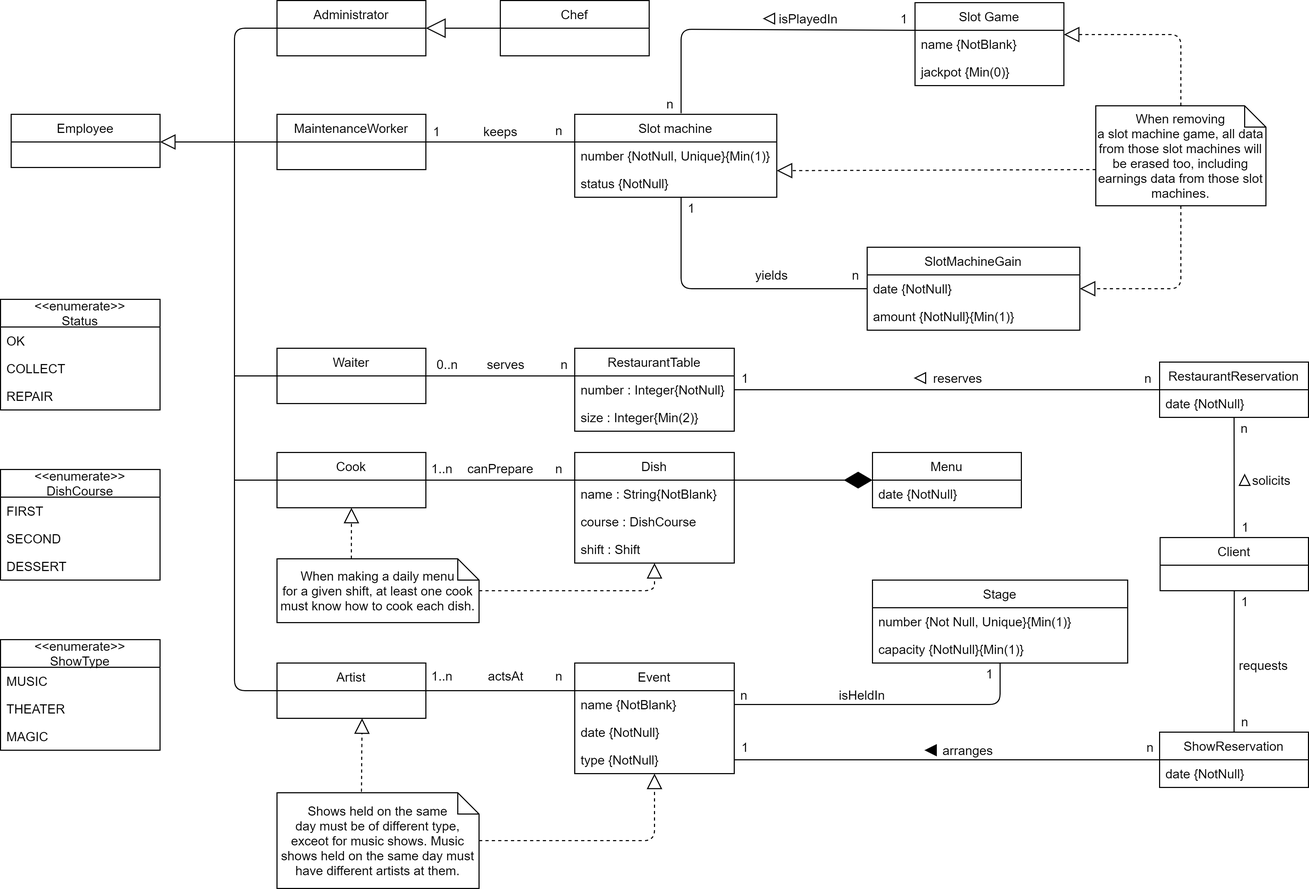
The draw.io diagram uml/Conceptual Model-V2-Restaurante,Slots,Shows.png in gii-is-DP1/dp1-2020-g1-07, before a commit. Source tidied: cells renumbered, new cells last; positions are measured from the earlier drawing's top-left corner, leaving out a move shared by most shapes.
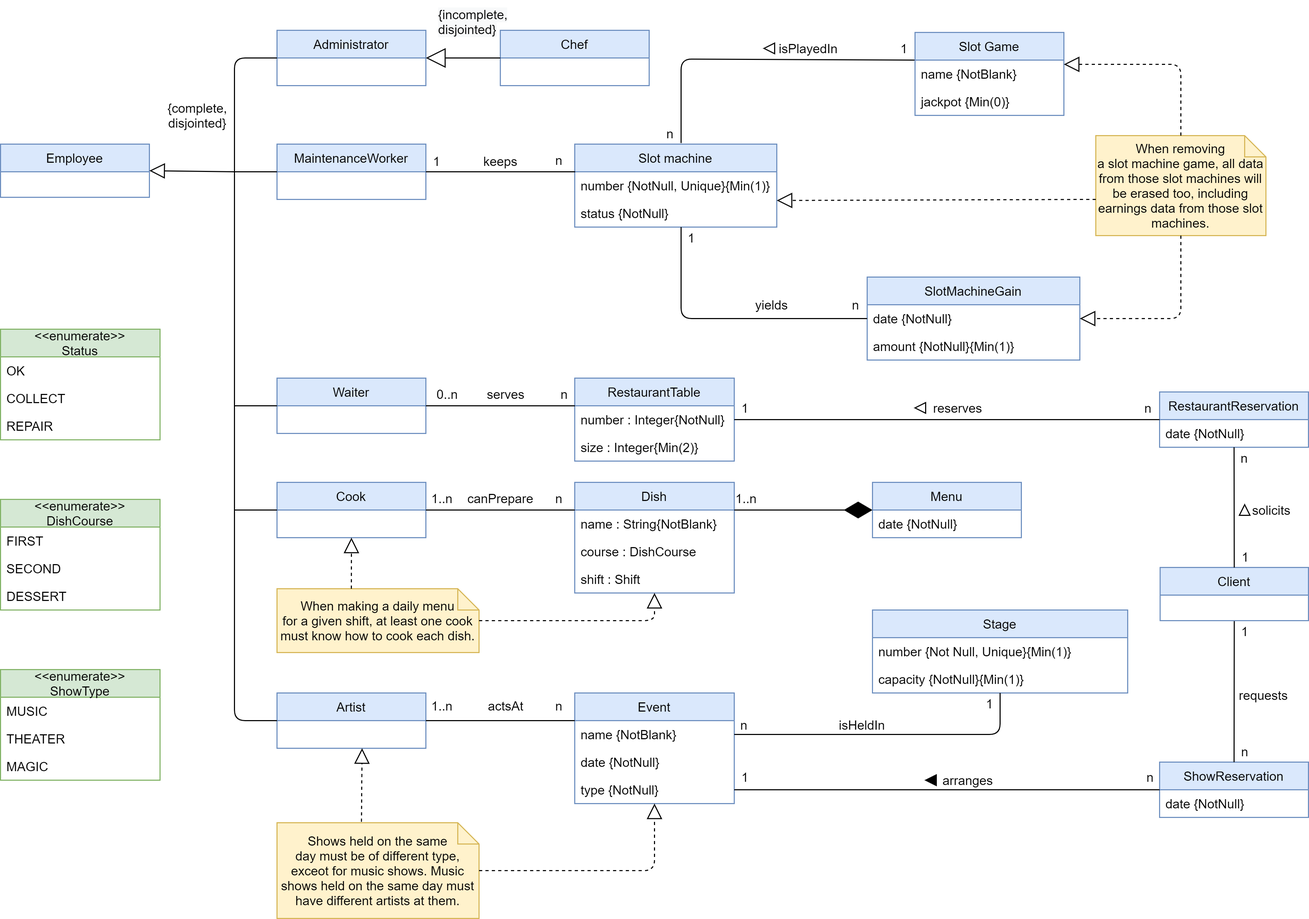
The same diagram one commit later.

Commit message:
Minor fixes to Conceptual Model

What changed in the source:
```diff
@@ -2,13 +2,13 @@
   <root>
     <mxCell id="0" />
     <mxCell id="1" parent="0" />
-    <mxCell id="2" value="Cook" style="swimlane;fontStyle=0;horizontal=1;startSize=26;fillColor=none;" parent="1" vertex="1">
+    <mxCell id="2" value="Cook" style="swimlane;fontStyle=0;horizontal=1;startSize=26;fillColor=#dae8fc;strokeColor=#6c8ebf;" parent="1" vertex="1">
       <mxGeometry x="260" y="425" width="140" height="52" as="geometry" />
     </mxCell>
-    <mxCell id="3" value="Artist" style="swimlane;fontStyle=0;horizontal=1;startSize=26;fillColor=none;" parent="1" vertex="1">
+    <mxCell id="3" value="Artist" style="swimlane;fontStyle=0;horizontal=1;startSize=26;fillColor=#dae8fc;strokeColor=#6c8ebf;" parent="1" vertex="1">
       <mxGeometry x="260" y="623" width="140" height="52" as="geometry" />
     </mxCell>
-    <mxCell id="4" value="Event" style="swimlane;fontStyle=0;horizontal=1;startSize=26;fillColor=none;" parent="1" vertex="1">
+    <mxCell id="4" value="Event" style="swimlane;fontStyle=0;horizontal=1;startSize=26;fillColor=#dae8fc;strokeColor=#6c8ebf;" parent="1" vertex="1">
       <mxGeometry x="540" y="623" width="150" height="104" as="geometry" />
     </mxCell>
     <mxCell id="5" value="name {NotBlank}" style="text;strokeColor=none;fillColor=none;align=left;verticalAlign=top;spacingLeft=4;spacingRight=4;overflow=hidden;points=[[0,0.5],[1,0.5]];portConstraint=eastwest;" parent="4" vertex="1">
@@ -20,7 +20,7 @@
     <mxCell id="7" value="type {NotNull}" style="text;strokeColor=none;fillColor=none;align=left;verticalAlign=top;spacingLeft=4;spacingRight=4;overflow=hidden;points=[[0,0.5],[1,0.5]];portConstraint=eastwest;" parent="4" vertex="1">
       <mxGeometry y="78" width="150" height="26" as="geometry" />
     </mxCell>
-    <mxCell id="8" value="Menu" style="swimlane;fontStyle=0;horizontal=1;startSize=26;fillColor=none;" parent="1" vertex="1">
+    <mxCell id="8" value="Menu" style="swimlane;fontStyle=0;horizontal=1;startSize=26;fillColor=#dae8fc;strokeColor=#6c8ebf;" parent="1" vertex="1">
       <mxGeometry x="820" y="425" width="140" height="52" as="geometry" />
     </mxCell>
     <mxCell id="9" value="date {NotNull}" style="text;strokeColor=none;fillColor=none;align=left;verticalAlign=top;spacingLeft=4;spacingRight=4;overflow=hidden;" parent="8" vertex="1">
@@ -32,7 +32,7 @@
     <mxCell id="11" value="1..n" style="text;html=1;align=center;verticalAlign=middle;" parent="1" vertex="1">
       <mxGeometry x="395" y="625" width="40" height="20" as="geometry" />
     </mxCell>
-    <mxCell id="12" value="Dish" style="swimlane;fontStyle=0;horizontal=1;startSize=26;fillColor=none;" parent="1" vertex="1">
+    <mxCell id="12" value="Dish" style="swimlane;fontStyle=0;horizontal=1;startSize=26;fillColor=#dae8fc;strokeColor=#6c8ebf;" parent="1" vertex="1">
       <mxGeometry x="540" y="425" width="150" height="104" as="geometry" />
     </mxCell>
     <mxCell id="13" value="name : String{NotBlank}" style="text;strokeColor=none;fillColor=none;align=left;verticalAlign=top;spacingLeft=4;spacingRight=4;overflow=hidden;" parent="12" vertex="1">
@@ -67,7 +67,7 @@
         <mxPoint x="220" y="451" as="sourcePoint" />
       </mxGeometry>
     </mxCell>
-    <mxCell id="23" value="Stage" style="swimlane;fontStyle=0;horizontal=1;startSize=26;fillColor=none;" parent="1" vertex="1">
+    <mxCell id="23" value="Stage" style="swimlane;fontStyle=0;horizontal=1;startSize=26;fillColor=#dae8fc;strokeColor=#6c8ebf;" parent="1" vertex="1">
       <mxGeometry x="820" y="545" width="240" height="78" as="geometry" />
     </mxCell>
     <mxCell id="24" value="number {Not Null, Unique}{Min(1)}" style="text;strokeColor=none;fillColor=none;align=left;verticalAlign=top;spacingLeft=4;spacingRight=4;overflow=hidden;" parent="23" vertex="1">
@@ -85,10 +85,10 @@
     <mxCell id="28" value="n" style="text;html=1;align=center;verticalAlign=middle;" parent="1" vertex="1">
       <mxGeometry x="689" y="643" width="20" height="20" as="geometry" />
     </mxCell>
-    <mxCell id="29" value="Waiter" style="swimlane;fontStyle=0;horizontal=1;startSize=26;fillColor=none;" parent="1" vertex="1">
+    <mxCell id="29" value="Waiter" style="swimlane;fontStyle=0;horizontal=1;startSize=26;fillColor=#dae8fc;strokeColor=#6c8ebf;" parent="1" vertex="1">
       <mxGeometry x="260" y="327" width="140" height="52" as="geometry" />
     </mxCell>
-    <mxCell id="30" value="RestaurantTable" style="swimlane;fontStyle=0;horizontal=1;startSize=26;fillColor=none;" parent="1" vertex="1">
+    <mxCell id="30" value="RestaurantTable" style="swimlane;fontStyle=0;horizontal=1;startSize=26;fillColor=#dae8fc;strokeColor=#6c8ebf;" parent="1" vertex="1">
       <mxGeometry x="540" y="327" width="150" height="78" as="geometry" />
     </mxCell>
     <mxCell id="31" value="number : Integer{NotNull}" style="text;strokeColor=none;fillColor=none;align=left;verticalAlign=top;spacingLeft=4;spacingRight=4;overflow=hidden;points=[[0,0.5],[1,0.5]];portConstraint=eastwest;" parent="30" vertex="1">
@@ -100,7 +100,7 @@
     <mxCell id="33" style="endArrow=none;html=1;entryX=0.001;entryY=0.001;entryDx=0;entryDy=0;entryPerimeter=0;exitX=1;exitY=0.5;exitDx=0;exitDy=0;" parent="1" edge="1" source="29" target="31">
       <mxGeometry relative="1" as="geometry" />
     </mxCell>
-    <mxCell id="34" value="RestaurantReservation" style="swimlane;fontStyle=0;horizontal=1;startSize=26;fillColor=none;" parent="1" vertex="1">
+    <mxCell id="34" value="RestaurantReservation" style="swimlane;fontStyle=0;horizontal=1;startSize=26;fillColor=#dae8fc;strokeColor=#6c8ebf;" parent="1" vertex="1">
       <mxGeometry x="1090" y="340" width="140" height="52" as="geometry" />
     </mxCell>
     <mxCell id="35" value="date {NotNull}" style="text;strokeColor=none;fillColor=none;align=left;verticalAlign=top;spacingLeft=4;spacingRight=4;overflow=hidden;" parent="34" vertex="1">
@@ -136,7 +136,7 @@
     <mxCell id="45" style="triangle;whiteSpace=wrap;html=1;direction=north;" parent="1" vertex="1">
       <mxGeometry x="1165" y="446" width="10" height="10" as="geometry" />
     </mxCell>
-    <mxCell id="46" value="ShowReservation" style="swimlane;fontStyle=0;horizontal=1;startSize=26;fillColor=none;" parent="1" vertex="1">
+    <mxCell id="46" value="ShowReservation" style="swimlane;fontStyle=0;horizontal=1;startSize=26;fillColor=#dae8fc;strokeColor=#6c8ebf;" parent="1" vertex="1">
       <mxGeometry x="1090" y="688" width="140" height="52" as="geometry" />
     </mxCell>
     <mxCell id="47" value="date {NotNull}" style="text;strokeColor=none;fillColor=none;align=left;verticalAlign=top;spacingLeft=4;spacingRight=4;overflow=hidden;" parent="46" vertex="1">
@@ -160,10 +160,10 @@
     <mxCell id="53" value="&lt;span&gt;requests&lt;/span&gt;" style="text;html=1;strokeColor=none;fillColor=none;align=center;verticalAlign=middle;whiteSpace=wrap;rounded=0;" parent="1" vertex="1">
       <mxGeometry x="1168" y="615" width="40" height="20" as="geometry" />
     </mxCell>
-    <mxCell id="54" value="When making a daily menu&lt;br&gt;for a given shift, at least one cook must know how to cook each dish." style="shape=note;size=20;whiteSpace=wrap;html=1;" parent="1" vertex="1">
+    <mxCell id="54" value="When making a daily menu&lt;br&gt;for a given shift, at least one cook must know how to cook each dish." style="shape=note;size=20;whiteSpace=wrap;html=1;fillColor=#fff2cc;strokeColor=#d6b656;" parent="1" vertex="1">
       <mxGeometry x="260" y="525" width="190" height="60" as="geometry" />
     </mxCell>
-    <mxCell id="55" value="Shows held on the same&lt;br&gt;day must be of different type, exceot for music shows. Music shows held on the same day must have different artists at them." style="shape=note;size=20;whiteSpace=wrap;html=1;" parent="1" vertex="1">
+    <mxCell id="55" value="Shows held on the same&lt;br&gt;day must be of different type, exceot for music shows. Music shows held on the same day must have different artists at them." style="shape=note;size=20;whiteSpace=wrap;html=1;fillColor=#fff2cc;strokeColor=#d6b656;" parent="1" vertex="1">
       <mxGeometry x="260" y="745" width="190" height="90" as="geometry" />
     </mxCell>
     <mxCell id="56" style="endArrow=block;dashed=1;endFill=0;endSize=12;html=1;exitX=0.418;exitY=-0.01;exitDx=0;exitDy=0;exitPerimeter=0;" parent="1" edge="1" source="55">
@@ -195,7 +195,7 @@
     </mxCell>
     <mxCell id="61" style="endArrow=diamondThin;endFill=1;endSize=24;html=1;entryX=0;entryY=0;entryDx=0;entryDy=0;entryPerimeter=0;" parent="1" edge="1">
       <mxGeometry relative="1" as="geometry">
-        <mxPoint x="680" y="451" as="sourcePoint" />
+        <mxPoint x="690" y="451" as="sourcePoint" />
         <mxPoint x="820" y="451" as="targetPoint" />
       </mxGeometry>
     </mxCell>
@@ -211,7 +211,7 @@
     <mxCell id="65" value="1" style="text;html=1;strokeColor=none;fillColor=none;align=center;verticalAlign=middle;whiteSpace=wrap;rounded=0;" parent="1" vertex="1">
       <mxGeometry x="1160" y="485" width="22" height="20" as="geometry" />
     </mxCell>
-    <mxCell id="66" value="Slot machine" style="swimlane;fontStyle=0;horizontal=1;startSize=26;fillColor=none;" parent="1" vertex="1">
+    <mxCell id="66" value="Slot machine" style="swimlane;fontStyle=0;horizontal=1;startSize=26;fillColor=#dae8fc;strokeColor=#6c8ebf;" parent="1" vertex="1">
       <mxGeometry x="540" y="107" width="190" height="78" as="geometry" />
     </mxCell>
     <mxCell id="67" value="number {NotNull, Unique}{Min(1)}" style="text;strokeColor=none;fillColor=none;align=left;verticalAlign=top;spacingLeft=4;spacingRight=4;overflow=hidden;" parent="66" vertex="1">
@@ -223,7 +223,7 @@
     <mxCell id="69" value="n" style="text;html=1;align=center;verticalAlign=middle;" parent="1" vertex="1">
       <mxGeometry x="515" y="112" width="20" height="20" as="geometry" />
     </mxCell>
-    <mxCell id="70" value="MaintenanceWorker" style="swimlane;fontStyle=0;horizontal=1;startSize=26;fillColor=none;" parent="1" vertex="1">
+    <mxCell id="70" value="MaintenanceWorker" style="swimlane;fontStyle=0;horizontal=1;startSize=26;fillColor=#dae8fc;strokeColor=#6c8ebf;" parent="1" vertex="1">
       <mxGeometry x="260" y="107" width="140" height="52" as="geometry" />
     </mxCell>
     <mxCell id="71" style="endArrow=none;html=1;edgeStyle=orthogonalEdgeStyle;exitX=1;exitY=0.5;exitDx=0;exitDy=0;" parent="1" edge="1" source="70">
@@ -260,7 +260,7 @@
     <mxCell id="78" style="triangle;whiteSpace=wrap;html=1;direction=west;" parent="1" vertex="1">
       <mxGeometry x="718" y="12" width="10" height="10" as="geometry" />
     </mxCell>
-    <mxCell id="79" value="SlotMachineGain" style="swimlane;fontStyle=0;horizontal=1;startSize=26;fillColor=none;" parent="1" vertex="1">
+    <mxCell id="79" value="SlotMachineGain" style="swimlane;fontStyle=0;horizontal=1;startSize=26;fillColor=#dae8fc;strokeColor=#6c8ebf;" parent="1" vertex="1">
       <mxGeometry x="815" y="232" width="200" height="78" as="geometry" />
     </mxCell>
     <mxCell id="80" value="date {NotNull}" style="text;strokeColor=none;fillColor=none;align=left;verticalAlign=top;spacingLeft=4;spacingRight=4;overflow=hidden;points=[[0,0.5],[1,0.5]];portConstraint=eastwest;" parent="79" vertex="1">
@@ -278,7 +278,7 @@
     <mxCell id="84" value="yields" style="text;html=1;align=center;verticalAlign=middle;" parent="1" vertex="1">
       <mxGeometry x="700" y="248" width="50" height="20" as="geometry" />
     </mxCell>
-    <mxCell id="85" value="Slot Game" style="swimlane;fontStyle=0;horizontal=1;startSize=26;fillColor=none;" parent="1" vertex="1">
+    <mxCell id="85" value="Slot Game" style="swimlane;fontStyle=0;horizontal=1;startSize=26;fillColor=#dae8fc;strokeColor=#6c8ebf;" parent="1" vertex="1">
       <mxGeometry x="860" y="2" width="140" height="78" as="geometry" />
     </mxCell>
     <mxCell id="86" value="name {NotBlank}" style="text;strokeColor=none;fillColor=none;align=left;verticalAlign=top;spacingLeft=4;spacingRight=4;overflow=hidden;points=[[0,0.5],[1,0.5]];portConstraint=eastwest;" parent="85" vertex="1">
@@ -287,7 +287,7 @@
     <mxCell id="87" value="jackpot {Min(0)}" style="text;strokeColor=none;fillColor=none;align=left;verticalAlign=top;spacingLeft=4;spacingRight=4;overflow=hidden;" parent="85" vertex="1">
       <mxGeometry y="52" width="140" height="26" as="geometry" />
     </mxCell>
-    <mxCell id="88" value="&lt;p&gt;When removing a&amp;nbsp;&lt;span&gt;slot&amp;nbsp;&lt;/span&gt;&lt;span&gt;machine game, all data from those slot machines will be erased too, including earnings data from those slot machines.&lt;/span&gt;&lt;/p&gt;" style="shape=note;size=20;whiteSpace=wrap;html=1;" parent="1" vertex="1">
+    <mxCell id="88" value="&lt;p&gt;When removing a&amp;nbsp;&lt;span&gt;slot&amp;nbsp;&lt;/span&gt;&lt;span&gt;machine game, all data from those slot machines will be erased too, including earnings data from those slot machines.&lt;/span&gt;&lt;/p&gt;" style="shape=note;size=20;whiteSpace=wrap;html=1;fillColor=#fff2cc;strokeColor=#d6b656;" parent="1" vertex="1">
       <mxGeometry x="1030" y="99" width="160" height="94" as="geometry" />
     </mxCell>
     <mxCell id="89" style="endArrow=none;html=1;" parent="1" edge="1" target="79">
@@ -315,7 +315,7 @@
         </Array>
       </mxGeometry>
     </mxCell>
-    <mxCell id="93" value="&lt;&lt;enumerate&gt;&gt;&#10;DishCourse" style="swimlane;fontStyle=0;horizontal=1;startSize=26;fillColor=none;" parent="1" vertex="1">
+    <mxCell id="93" value="&lt;&lt;enumerate&gt;&gt;&#10;DishCourse" style="swimlane;fontStyle=0;horizontal=1;startSize=26;fillColor=#d5e8d4;strokeColor=#82b366;" parent="1" vertex="1">
       <mxGeometry y="441" width="150" height="104" as="geometry" />
     </mxCell>
     <mxCell id="94" value="FIRST" style="text;strokeColor=none;fillColor=none;align=left;verticalAlign=top;spacingLeft=4;spacingRight=4;overflow=hidden;" parent="93" vertex="1">
@@ -327,7 +327,7 @@
     <mxCell id="96" value="DESSERT" style="text;strokeColor=none;fillColor=none;align=left;verticalAlign=top;spacingLeft=4;spacingRight=4;overflow=hidden;" parent="93" vertex="1">
       <mxGeometry y="78" width="150" height="26" as="geometry" />
     </mxCell>
-    <mxCell id="97" value="&lt;&lt;enumerate&gt;&gt;&#10;ShowType" style="swimlane;fontStyle=0;horizontal=1;startSize=26;fillColor=none;" parent="1" vertex="1">
+    <mxCell id="97" value="&lt;&lt;enumerate&gt;&gt;&#10;ShowType" style="swimlane;fontStyle=0;horizontal=1;startSize=26;fillColor=#d5e8d4;strokeColor=#82b366;" parent="1" vertex="1">
       <mxGeometry y="601" width="150" height="104" as="geometry" />
     </mxCell>
     <mxCell id="98" value="MUSIC" style="text;strokeColor=none;fillColor=none;align=left;verticalAlign=top;spacingLeft=4;spacingRight=4;overflow=hidden;" parent="97" vertex="1">
@@ -339,7 +339,7 @@
     <mxCell id="100" value="MAGIC" style="text;strokeColor=none;fillColor=none;align=left;verticalAlign=top;spacingLeft=4;spacingRight=4;overflow=hidden;" parent="97" vertex="1">
       <mxGeometry y="78" width="150" height="26" as="geometry" />
     </mxCell>
-    <mxCell id="101" value="&lt;&lt;enumerate&gt;&gt;&#10;Status" style="swimlane;fontStyle=0;horizontal=1;startSize=26;fillColor=none;" parent="1" vertex="1">
+    <mxCell id="101" value="&lt;&lt;enumerate&gt;&gt;&#10;Status" style="swimlane;fontStyle=0;horizontal=1;startSize=26;fillColor=#d5e8d4;strokeColor=#82b366;" parent="1" vertex="1">
       <mxGeometry y="281" width="150" height="104" as="geometry" />
     </mxCell>
     <mxCell id="102" value="OK" style="text;strokeColor=none;fillColor=none;align=left;verticalAlign=top;spacingLeft=4;spacingRight=4;overflow=hidden;" parent="101" vertex="1">
@@ -351,10 +351,10 @@
     <mxCell id="104" value="REPAIR" style="text;strokeColor=none;fillColor=none;align=left;verticalAlign=top;spacingLeft=4;spacingRight=4;overflow=hidden;" parent="101" vertex="1">
       <mxGeometry y="78" width="150" height="26" as="geometry" />
     </mxCell>
-    <mxCell id="105" value="Employee" style="swimlane;fontStyle=0;horizontal=1;startSize=26;fillColor=none;" parent="1" vertex="1" collapsed="1">
-      <mxGeometry x="10" y="107" width="140" height="50" as="geometry" />
+    <mxCell id="105" value="Employee" style="swimlane;fontStyle=0;horizontal=1;startSize=26;fillColor=#dae8fc;strokeColor=#6c8ebf;" parent="1" vertex="1" collapsed="1">
+      <mxGeometry y="107" width="140" height="50" as="geometry" />
     </mxCell>
-    <mxCell id="106" value="Client" style="swimlane;fontStyle=0;horizontal=1;startSize=26;fillColor=none;" parent="1" vertex="1" collapsed="1">
+    <mxCell id="106" value="Client" style="swimlane;fontStyle=0;horizontal=1;startSize=26;fillColor=#dae8fc;strokeColor=#6c8ebf;" parent="1" vertex="1" collapsed="1">
       <mxGeometry x="1090.5" y="505" width="139.5" height="50" as="geometry" />
     </mxCell>
     <mxCell id="107" style="endArrow=none;html=1;exitX=1;exitY=0.5;exitDx=0;exitDy=0;" parent="1" edge="1" source="5" target="23">
@@ -364,10 +364,10 @@
         </Array>
       </mxGeometry>
     </mxCell>
-    <mxCell id="108" value="Administrator" style="swimlane;fontStyle=0;horizontal=1;startSize=26;fillColor=none;" parent="1" vertex="1">
+    <mxCell id="108" value="Administrator" style="swimlane;fontStyle=0;horizontal=1;startSize=26;fillColor=#dae8fc;strokeColor=#6c8ebf;" parent="1" vertex="1">
       <mxGeometry x="260" width="140" height="52" as="geometry" />
     </mxCell>
-    <mxCell id="109" value="Chef" style="swimlane;fontStyle=0;horizontal=1;startSize=26;fillColor=none;swimlaneFillColor=#ffffff;" parent="1" vertex="1">
+    <mxCell id="109" value="Chef" style="swimlane;fontStyle=0;horizontal=1;startSize=26;fillColor=#dae8fc;swimlaneFillColor=#ffffff;strokeColor=#6c8ebf;" parent="1" vertex="1">
       <mxGeometry x="470" width="140" height="52" as="geometry" />
     </mxCell>
     <mxCell id="110" style="endArrow=block;endSize=16;endFill=0;html=1;" parent="1" edge="1" source="109" target="108">
@@ -393,11 +393,19 @@
         <mxPoint x="260" y="133" as="targetPoint" />
       </mxGeometry>
     </mxCell>
-    <mxCell id="115" style="endArrow=block;endFill=0;endSize=12;html=1;" parent="1" edge="1">
+    <mxCell id="115" style="endArrow=block;endFill=0;endSize=12;html=1;entryX=1;entryY=0.5;entryDx=0;entryDy=0;" parent="1" edge="1" target="105">
       <mxGeometry relative="1" as="geometry">
         <mxPoint x="220" y="133" as="sourcePoint" />
-        <mxPoint x="150" y="133" as="targetPoint" />
       </mxGeometry>
     </mxCell>
+    <mxCell id="116" value="{complete,&lt;br&gt;disjointed}" style="text;html=1;align=center;verticalAlign=middle;" parent="1" vertex="1">
+      <mxGeometry x="150" y="65" width="70" height="30" as="geometry" />
+    </mxCell>
+    <mxCell id="117" value="1..n" style="text;html=1;align=center;verticalAlign=middle;" parent="1" vertex="1">
+      <mxGeometry x="680.5" y="430" width="40" height="20" as="geometry" />
+    </mxCell>
+    <mxCell id="118" value="&lt;span style=&quot;color: rgb(0 , 0 , 0) ; font-family: &amp;#34;helvetica&amp;#34; ; font-size: 12px ; font-style: normal ; font-weight: 400 ; letter-spacing: normal ; text-align: center ; text-indent: 0px ; text-transform: none ; word-spacing: 0px ; background-color: rgb(248 , 249 , 250) ; display: inline ; float: none&quot;&gt;{incomplete,&lt;/span&gt;&lt;br style=&quot;color: rgb(0 , 0 , 0) ; font-family: &amp;#34;helvetica&amp;#34; ; font-size: 12px ; font-style: normal ; font-weight: 400 ; letter-spacing: normal ; text-align: center ; text-indent: 0px ; text-transform: none ; word-spacing: 0px ; background-color: rgb(248 , 249 , 250)&quot;&gt;&lt;span style=&quot;color: rgb(0 , 0 , 0) ; font-family: &amp;#34;helvetica&amp;#34; ; font-size: 12px ; font-style: normal ; font-weight: 400 ; letter-spacing: normal ; text-align: center ; text-indent: 0px ; text-transform: none ; word-spacing: 0px ; background-color: rgb(248 , 249 , 250) ; display: inline ; float: none&quot;&gt;disjointed}&lt;/span&gt;" style="text;whiteSpace=wrap;html=1;" parent="1" vertex="1">
+      <mxGeometry x="410" y="-28" width="80" height="40" as="geometry" />
+    </mxCell>
   </root>
 </mxGraphModel>
```
